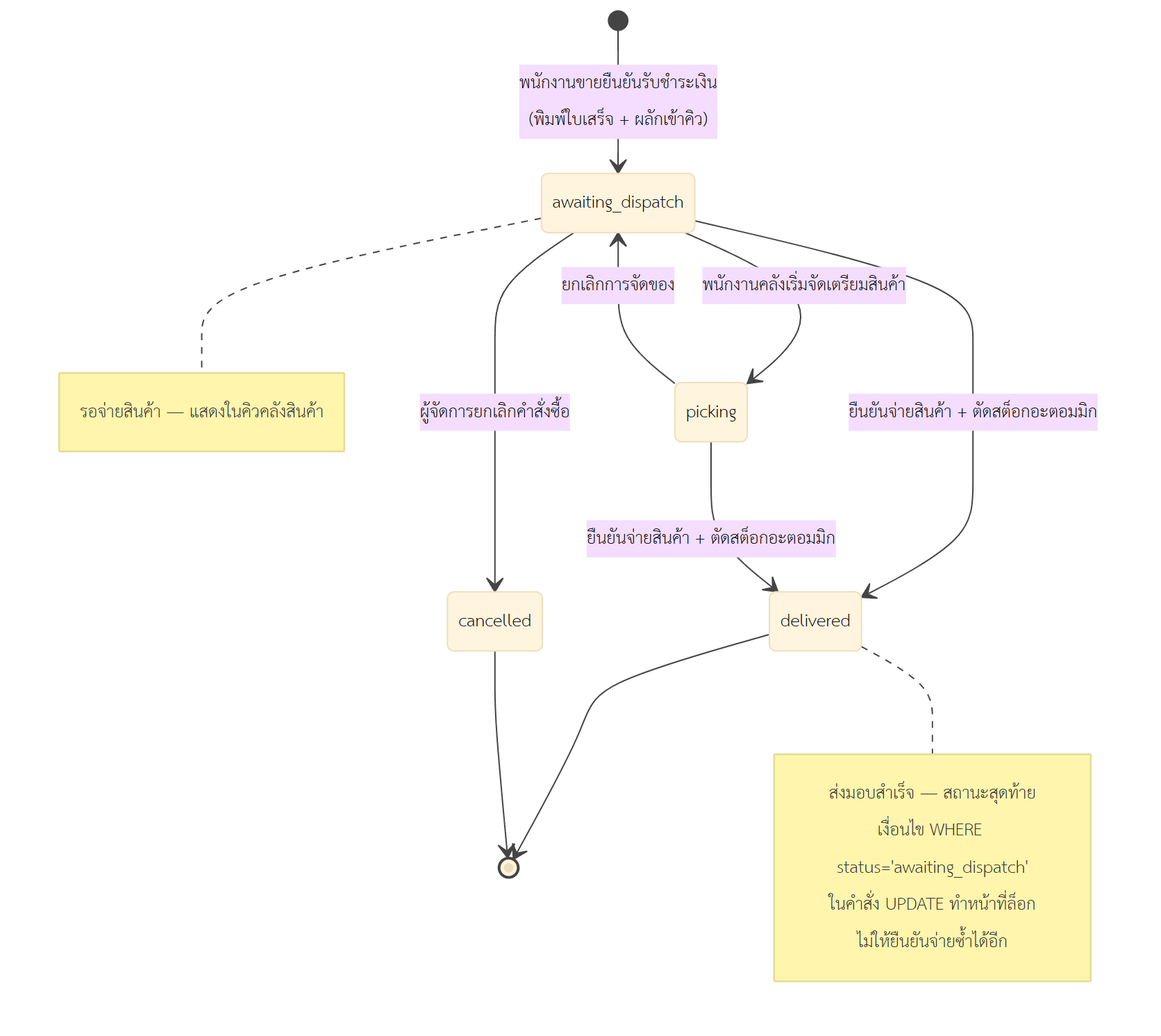
This is Documents/assets/diagrams/fig3-13_state_order.png from TriratWongsit/soml-pos-inventory, a Mermaid export, as it was before one commit. Its source is kept beside it as Documents/assets/diagrams/fig3-13_state_order.mmd. The source it was exported from:
```mermaid
stateDiagram-v2
    direction TB
    [*] --> awaiting_dispatch : พนักงานขายยืนยันรับชำระเงิน<br/>(พิมพ์ใบเสร็จ + ผลักเข้าคิว)
    awaiting_dispatch --> picking : พนักงานคลังเริ่มจัดเตรียมสินค้า
    picking --> awaiting_dispatch : ยกเลิกการจัดของ
    awaiting_dispatch --> delivered : ยืนยันจ่ายสินค้า + ตัดสต็อกอะตอมมิก
    picking --> delivered : ยืนยันจ่ายสินค้า + ตัดสต็อกอะตอมมิก
    awaiting_dispatch --> cancelled : ผู้จัดการยกเลิกคำสั่งซื้อ
    delivered --> [*]
    cancelled --> [*]

    note right of awaiting_dispatch
        รอจ่ายสินค้า — แสดงในคิวคลังสินค้า
    end note
    note right of delivered
        ส่งมอบสำเร็จ — สถานะสุดท้าย
        เงื่อนไข WHERE status='awaiting_dispatch'
        ในคำสั่ง UPDATE ทำหน้าที่ล็อก
        ไม่ให้ยืนยันจ่ายซ้ำได้อีก
    end note
```
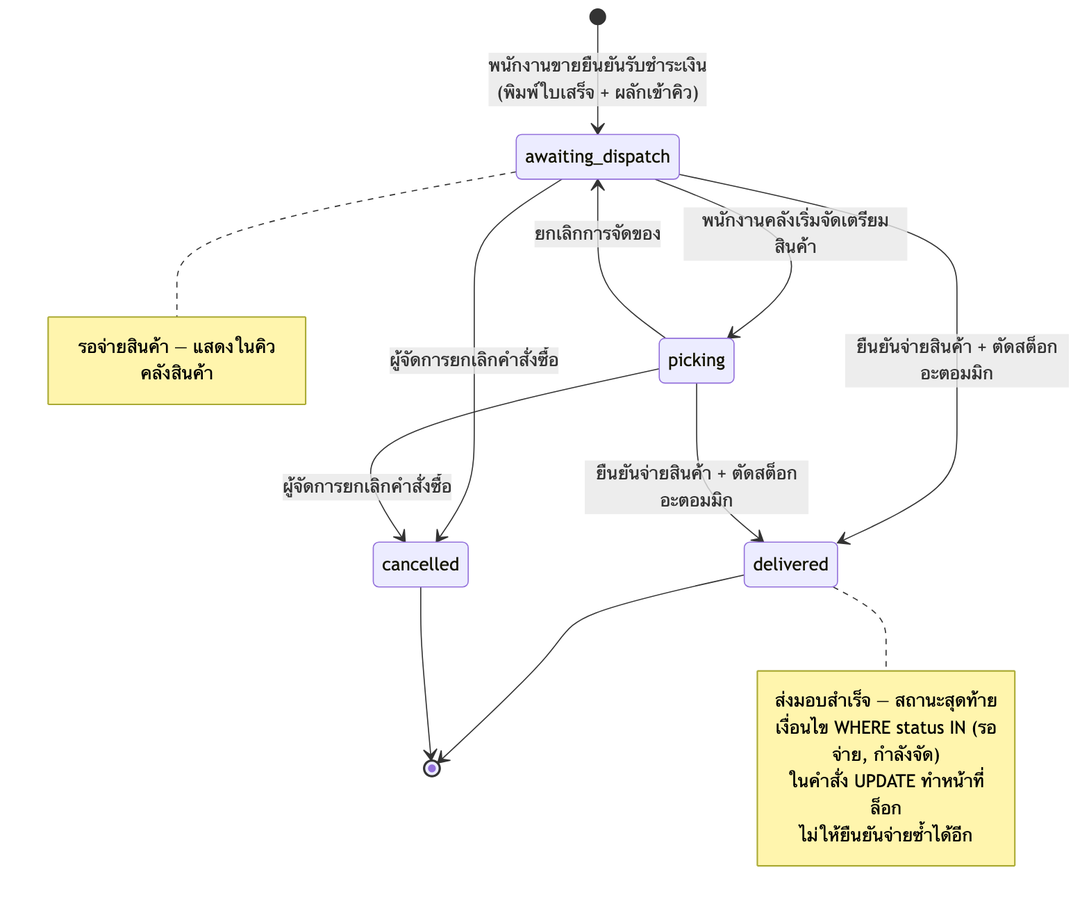
Above is the later version.

Change to the diagram source:
```diff
@@ -6,6 +6,7 @@
     awaiting_dispatch --> delivered : ยืนยันจ่ายสินค้า + ตัดสต็อกอะตอมมิก
     picking --> delivered : ยืนยันจ่ายสินค้า + ตัดสต็อกอะตอมมิก
     awaiting_dispatch --> cancelled : ผู้จัดการยกเลิกคำสั่งซื้อ
+    picking --> cancelled : ผู้จัดการยกเลิกคำสั่งซื้อ
     delivered --> [*]
     cancelled --> [*]
 
@@ -14,7 +15,7 @@
     end note
     note right of delivered
         ส่งมอบสำเร็จ — สถานะสุดท้าย
-        เงื่อนไข WHERE status='awaiting_dispatch'
+        เงื่อนไข WHERE status IN (รอจ่าย, กำลังจัด)
         ในคำสั่ง UPDATE ทำหน้าที่ล็อก
         ไม่ให้ยืนยันจ่ายซ้ำได้อีก
     end note
```
